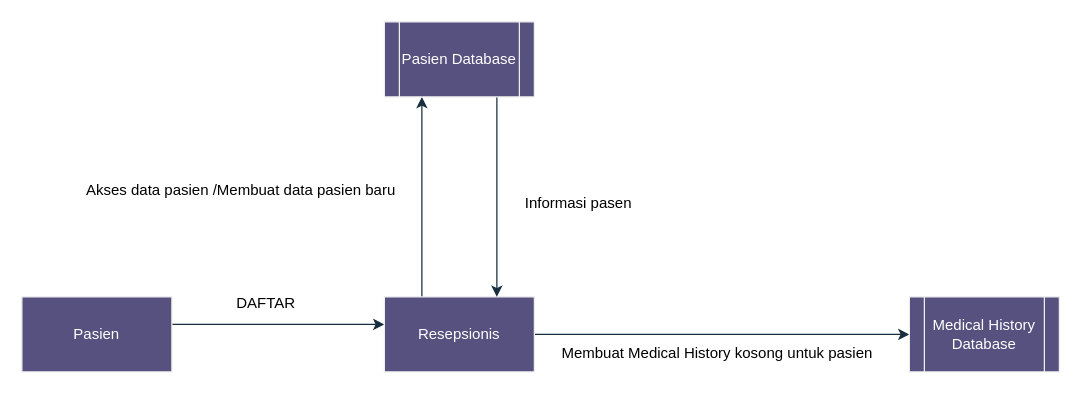
The draw.io diagram page "dfd-lvl1 proses 1" (3 of 6) of klinik-dfd-lvl0.drawio in rrahmatn/dfd_erd_uml, before the edit. Source tidied: cells renumbered, new cells numbered last; positions are measured from the earlier drawing's top-left corner, leaving out a move shared by most shapes. Both pictures are drawn from the tidied source at 125%, with x=0, y=0 at pixel (21, 21).
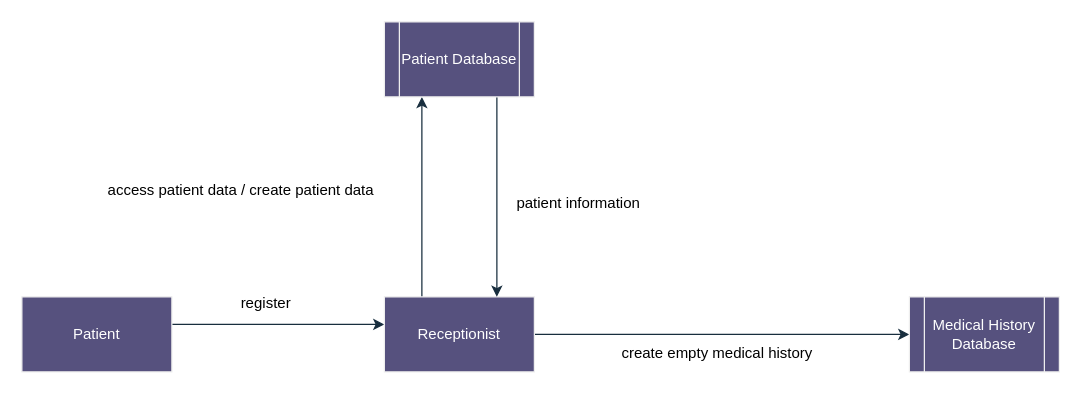
After the change.

Change to the diagram source:
```diff
@@
 <mxGraphModel>
   <root>
     <mxCell id="0" />
     <mxCell id="1" parent="0" />
     <mxCell id="2" style="edgeStyle=orthogonalEdgeStyle;rounded=0;orthogonalLoop=1;jettySize=auto;html=1;entryX=0;entryY=0.5;entryDx=0;entryDy=0;strokeColor=#182E3E;" parent="1" edge="1">
       <mxGeometry relative="1" as="geometry">
         <mxPoint x="120" y="242" as="sourcePoint" />
         <mxPoint x="290" y="242" as="targetPoint" />
       </mxGeometry>
     </mxCell>
-    <mxCell id="3" value="Pasien" style="rounded=0;whiteSpace=wrap;html=1;strokeColor=#EEEEEE;fontColor=#FFFFFF;fillColor=#56517E;" parent="1" vertex="1">
+    <mxCell id="3" value="Patient" style="rounded=0;whiteSpace=wrap;html=1;strokeColor=#EEEEEE;fontColor=#FFFFFF;fillColor=#56517E;" parent="1" vertex="1">
       <mxGeometry y="220" width="120" height="60" as="geometry" />
     </mxCell>
     <mxCell id="4" style="edgeStyle=orthogonalEdgeStyle;rounded=0;jettySize=auto;html=1;exitX=0.25;exitY=0;exitDx=0;exitDy=0;entryX=0.25;entryY=1;entryDx=0;entryDy=0;strokeColor=#182E3E;" parent="1" edge="1" source="6" target="11">
       <mxGeometry relative="1" as="geometry" />
     </mxCell>
     <mxCell id="5" style="edgeStyle=orthogonalEdgeStyle;rounded=0;jettySize=auto;html=1;exitX=1;exitY=0.5;exitDx=0;exitDy=0;entryX=0;entryY=0.5;entryDx=0;entryDy=0;strokeColor=#182E3E;" parent="1" edge="1" source="6" target="7">
       <mxGeometry relative="1" as="geometry" />
     </mxCell>
-    <mxCell id="6" value="Resepsionis" style="rounded=0;whiteSpace=wrap;html=1;strokeColor=#EEEEEE;fontColor=#FFFFFF;fillColor=#56517E;" parent="1" vertex="1">
+    <mxCell id="6" value="Receptionist" style="rounded=0;whiteSpace=wrap;html=1;strokeColor=#EEEEEE;fontColor=#FFFFFF;fillColor=#56517E;" parent="1" vertex="1">
       <mxGeometry x="290" y="220" width="120" height="60" as="geometry" />
     </mxCell>
     <mxCell id="7" value="Medical History&lt;br&gt;Database" style="shape=process;whiteSpace=wrap;html=1;backgroundOutline=1;strokeColor=#EEEEEE;fontColor=#FFFFFF;fillColor=#56517E;" parent="1" vertex="1">
       <mxGeometry x="710" y="220" width="120" height="60" as="geometry" />
     </mxCell>
-    <mxCell id="8" value="&lt;font color=&quot;#000000&quot;&gt;DAFTAR&lt;/font&gt;" style="text;html=1;align=center;verticalAlign=middle;strokeColor=none;fillColor=none;fontColor=#FFFFFF;" parent="1" vertex="1">
-      <mxGeometry x="160" y="210" width="70" height="30" as="geometry" />
+    <mxCell id="8" value="&lt;font color=&quot;#000000&quot;&gt;register&lt;/font&gt;" style="text;html=1;align=center;verticalAlign=middle;strokeColor=none;fillColor=none;fontColor=#FFFFFF;" parent="1" vertex="1">
+      <mxGeometry x="165" y="210" width="60" height="30" as="geometry" />
     </mxCell>
-    <mxCell id="9" value="&lt;font color=&quot;#000000&quot;&gt;Membuat Medical History kosong untuk pasien&lt;/font&gt;" style="text;html=1;align=center;verticalAlign=middle;strokeColor=none;fillColor=none;fontColor=#FFFFFF;rotation=0;" parent="1" vertex="1">
-      <mxGeometry x="421" y="250" width="270" height="30" as="geometry" />
+    <mxCell id="9" value="&lt;font color=&quot;#000000&quot;&gt;create empty medical history&lt;/font&gt;" style="text;html=1;align=center;verticalAlign=middle;strokeColor=none;fillColor=none;fontColor=#FFFFFF;rotation=0;" parent="1" vertex="1">
+      <mxGeometry x="466" y="250" width="180" height="30" as="geometry" />
     </mxCell>
     <mxCell id="10" style="edgeStyle=orthogonalEdgeStyle;rounded=0;jettySize=auto;html=1;exitX=0.75;exitY=1;exitDx=0;exitDy=0;strokeColor=#182E3E;entryX=0.75;entryY=0;entryDx=0;entryDy=0;" parent="1" edge="1" source="11" target="6">
       <mxGeometry relative="1" as="geometry" />
     </mxCell>
-    <mxCell id="11" value="Pasien Database" style="shape=process;whiteSpace=wrap;html=1;backgroundOutline=1;strokeColor=#EEEEEE;fontColor=#FFFFFF;fillColor=#56517E;" parent="1" vertex="1">
+    <mxCell id="11" value="Patient Database" style="shape=process;whiteSpace=wrap;html=1;backgroundOutline=1;strokeColor=#EEEEEE;fontColor=#FFFFFF;fillColor=#56517E;" parent="1" vertex="1">
       <mxGeometry x="290" width="120" height="60" as="geometry" />
     </mxCell>
-    <mxCell id="12" value="&lt;font color=&quot;#000000&quot;&gt;Akses data pasien /Membuat data pasien baru&lt;/font&gt;" style="text;html=1;align=center;verticalAlign=middle;strokeColor=none;fillColor=none;fontColor=#FFFFFF;" parent="1" vertex="1">
-      <mxGeometry x="40" y="120" width="270" height="30" as="geometry" />
+    <mxCell id="12" value="&lt;font color=&quot;#000000&quot;&gt;access patient data / create patient data&lt;/font&gt;" style="text;html=1;align=center;verticalAlign=middle;strokeColor=none;fillColor=none;fontColor=#FFFFFF;" parent="1" vertex="1">
+      <mxGeometry x="55" y="120" width="240" height="30" as="geometry" />
     </mxCell>
-    <mxCell id="13" value="&lt;font color=&quot;#000000&quot;&gt;Informasi pasen&lt;/font&gt;" style="text;html=1;align=center;verticalAlign=middle;strokeColor=none;fillColor=none;fontColor=#FFFFFF;" parent="1" vertex="1">
-      <mxGeometry x="390" y="130" width="110" height="30" as="geometry" />
+    <mxCell id="13" value="&lt;font color=&quot;#000000&quot;&gt;patient information&lt;/font&gt;" style="text;html=1;align=center;verticalAlign=middle;strokeColor=none;fillColor=none;fontColor=#FFFFFF;" parent="1" vertex="1">
+      <mxGeometry x="385" y="130" width="120" height="30" as="geometry" />
     </mxCell>
   </root>
 </mxGraphModel>
```
